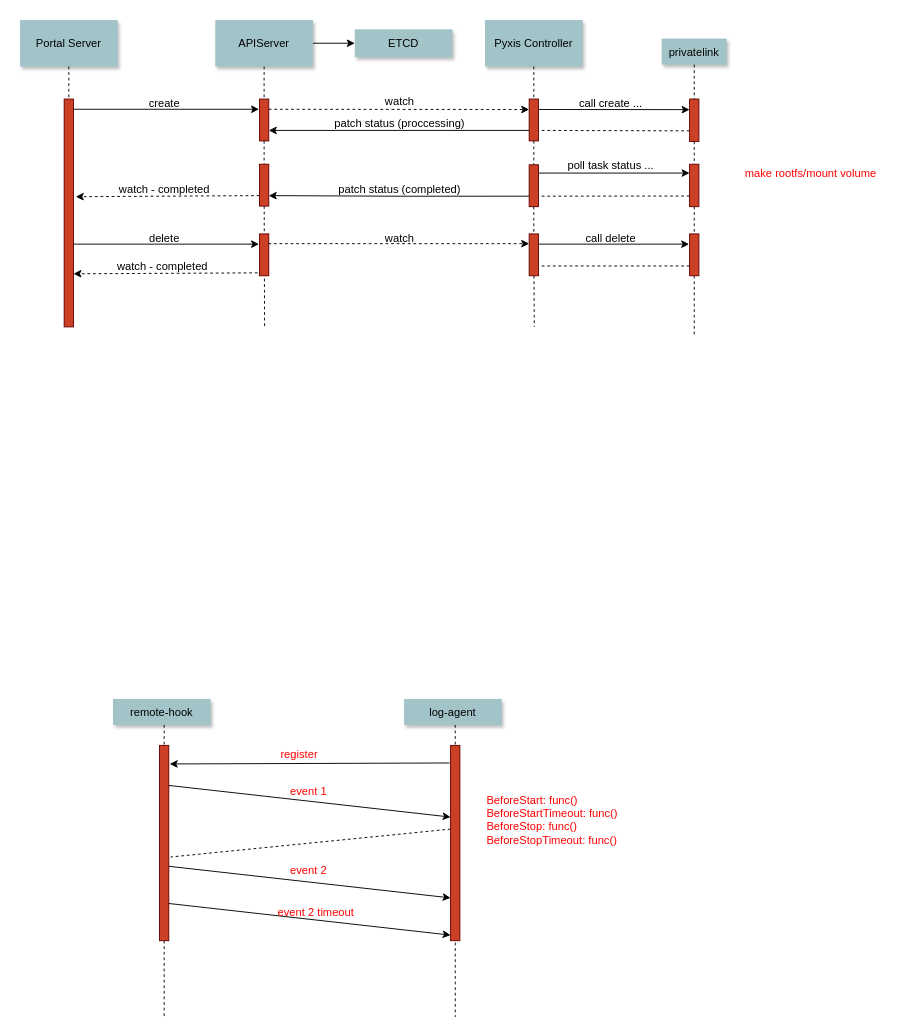
The draw.io diagram PVlink.drawio in payall4u/draw.io, before the edit. Source tidied: cells renumbered, new cells numbered last; positions are measured from the earlier drawing's top-left corner, leaving out a move shared by most shapes. Both pictures are drawn from the tidied source at 93%, with x=0, y=0 at pixel (20, 20).
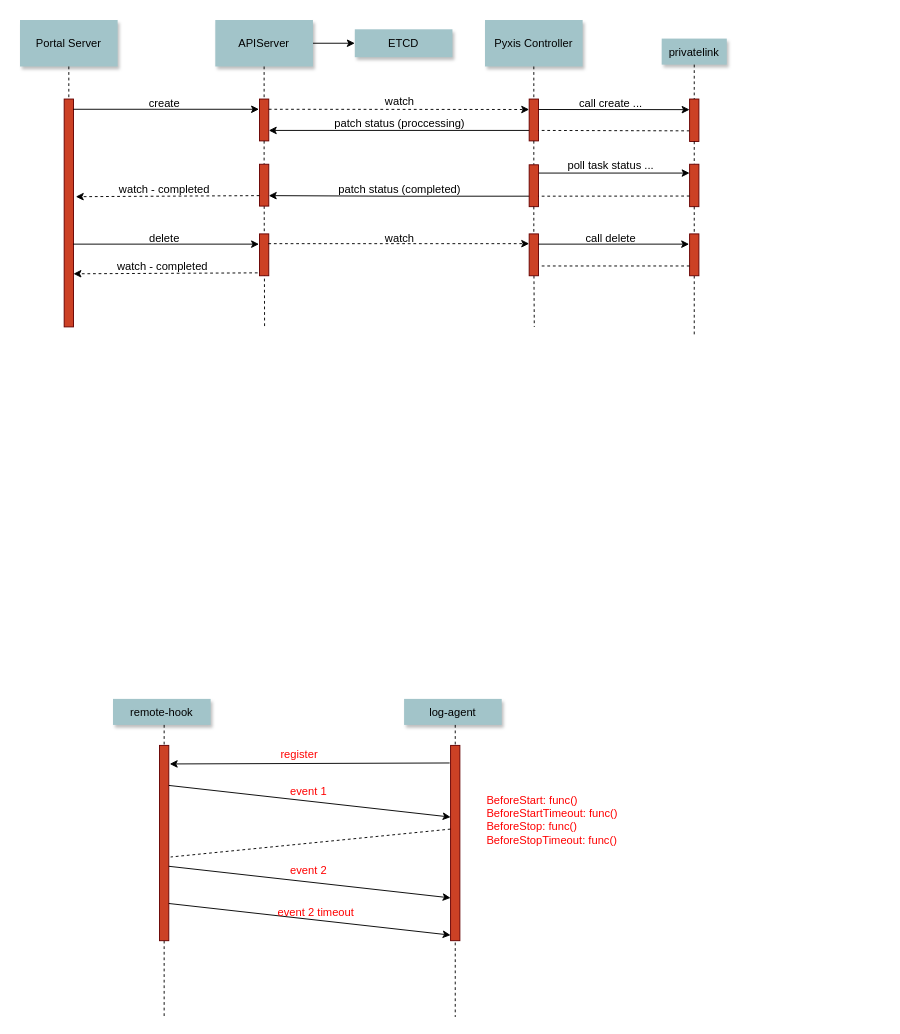
The same diagram, later.

The edit, as a diff of the source:
```diff
@@
-    <mxCell id="25" value="make rootfs/mount volume" style="text;html=1;align=center;verticalAlign=middle;strokeColor=none;fillColor=none;fontColor=#FF0000;" parent="1" vertex="1">
-      <mxGeometry x="770" y="155.1" width="160" height="20" as="geometry" />
-    </mxCell>
```
